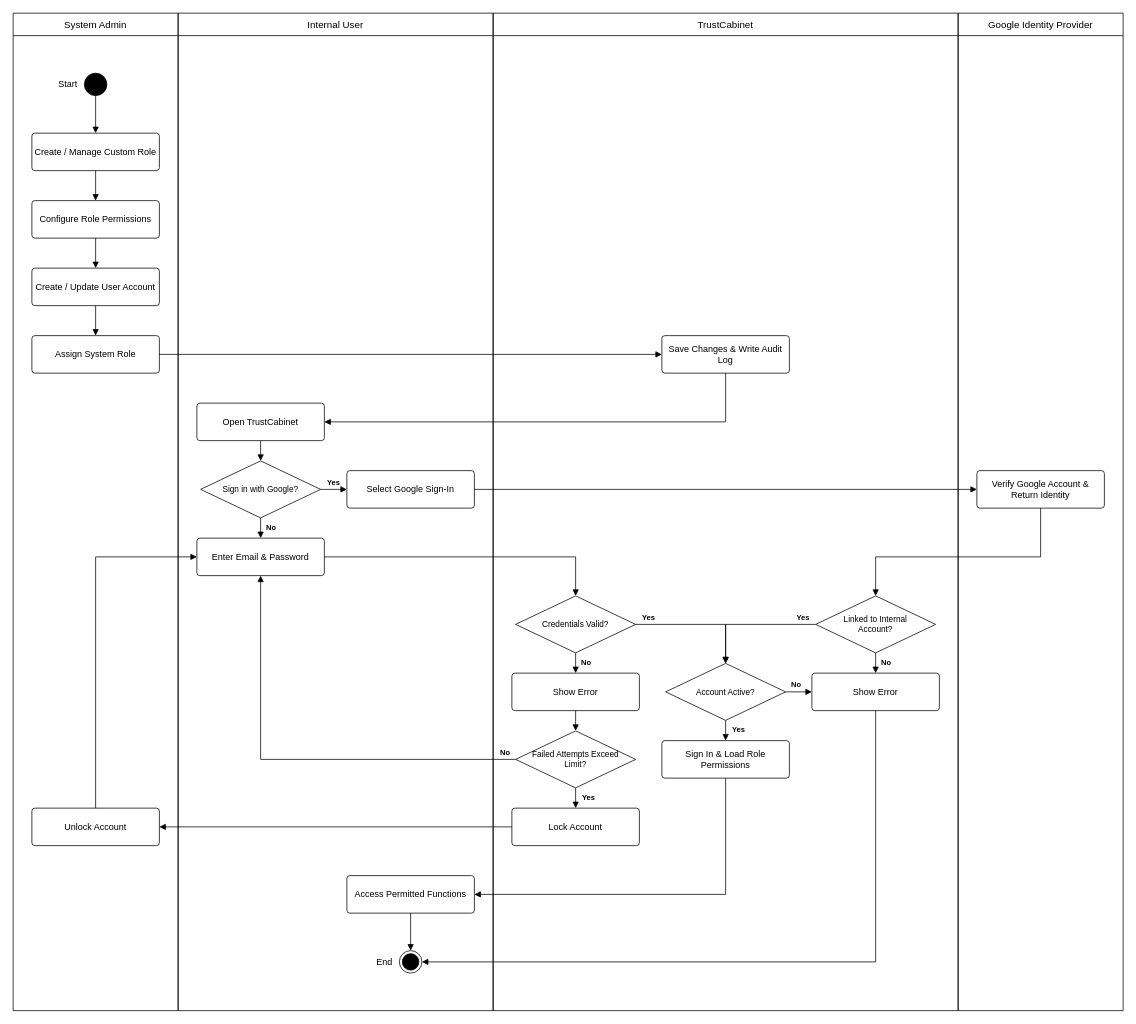
Earlier version of the draw.io diagram docs/09-bussinessflow/BF-01_System_Access_Administration.drawio (callmehai/FU-FA26-G116). Source tidied: cells renumbered, new cells numbered last; positions are measured from the earlier drawing's top-left corner, leaving out a move shared by most shapes. Both pictures are drawn from the tidied source at 75%, with x=0, y=0 at pixel (13, 13).
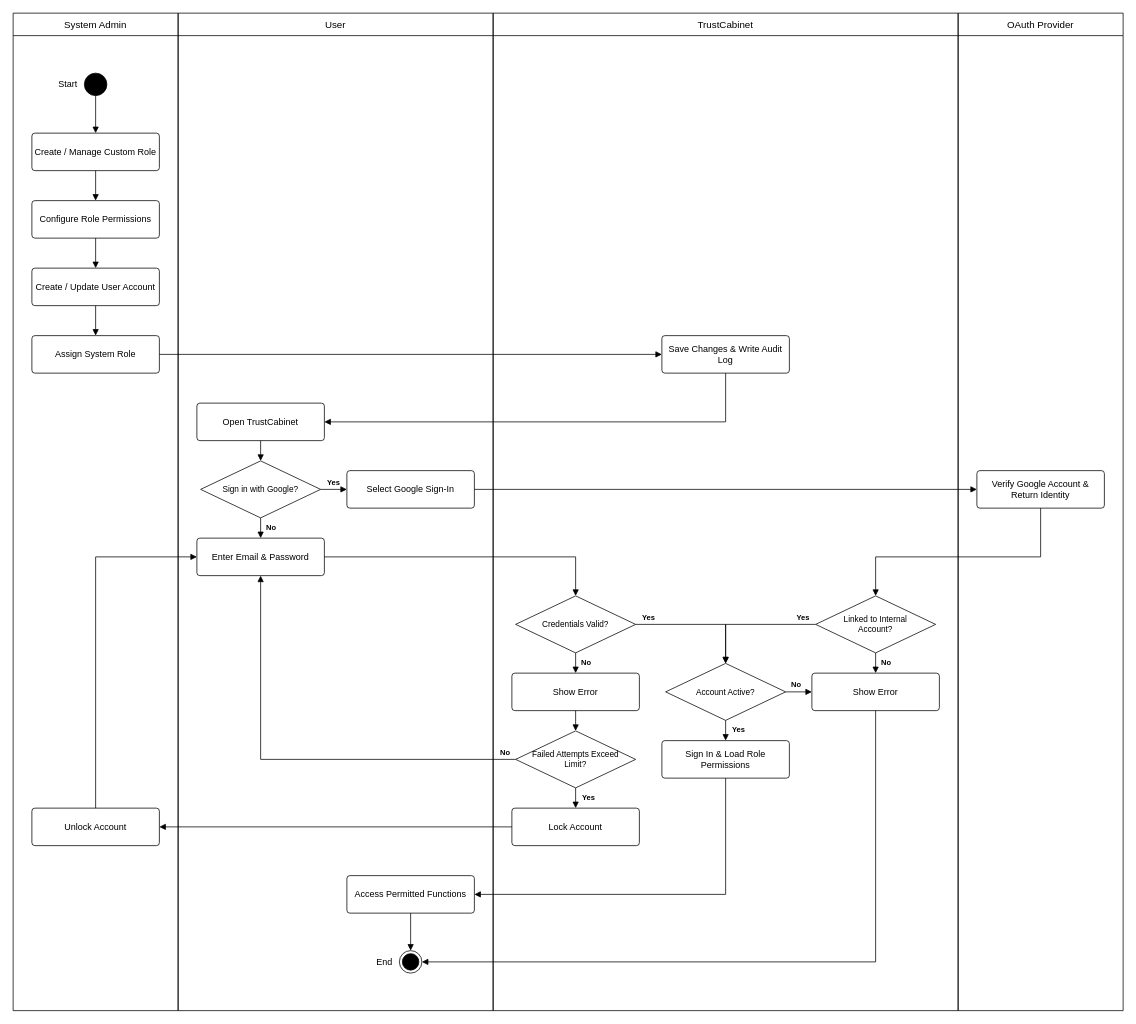
After the change.

What changed in the source:
```diff
@@
-    <mxCell id="9" value="Internal User" style="swimlane;html=1;startSize=30;horizontal=1;fillColor=none;strokeColor=#000000;fontColor=#000000;fontStyle=0;fontSize=13;whiteSpace=wrap;" parent="1" vertex="1">
+    <mxCell id="9" value="User" style="swimlane;html=1;startSize=30;horizontal=1;fillColor=none;strokeColor=#000000;fontColor=#000000;fontStyle=0;fontSize=13;whiteSpace=wrap;" parent="1" vertex="1">
       <mxGeometry x="220" width="420" height="1330" as="geometry" />
     </mxCell>
@@
-    <mxCell id="26" value="Google Identity Provider" style="swimlane;html=1;startSize=30;horizontal=1;fillColor=none;strokeColor=#000000;fontColor=#000000;fontStyle=0;fontSize=13;whiteSpace=wrap;" parent="1" vertex="1">
+    <mxCell id="26" value="OAuth Provider" style="swimlane;html=1;startSize=30;horizontal=1;fillColor=none;strokeColor=#000000;fontColor=#000000;fontStyle=0;fontSize=13;whiteSpace=wrap;" parent="1" vertex="1">
       <mxGeometry x="1260" width="220" height="1330" as="geometry" />
     </mxCell>
```
